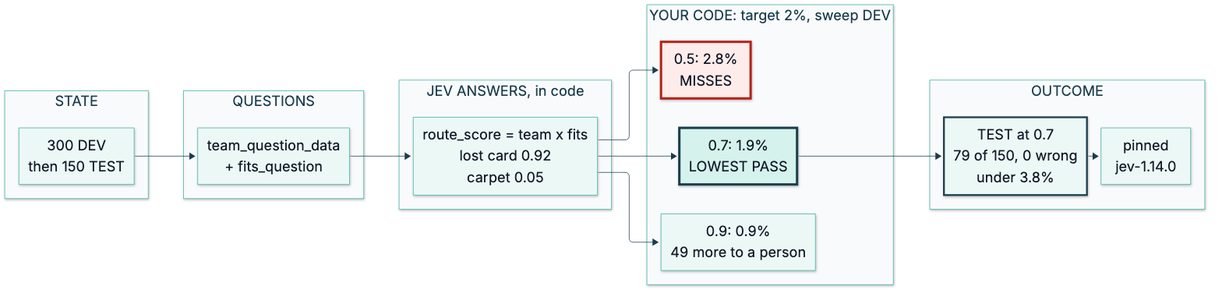
Before: course/diagrams/module_03/p3-solution-threshold-from-data.png, a diagram exported from Mermaid (axel-sirota/getting_started_jev). Its source is kept beside it as course/diagrams/module_03/p3-solution-threshold-from-data.mmd.
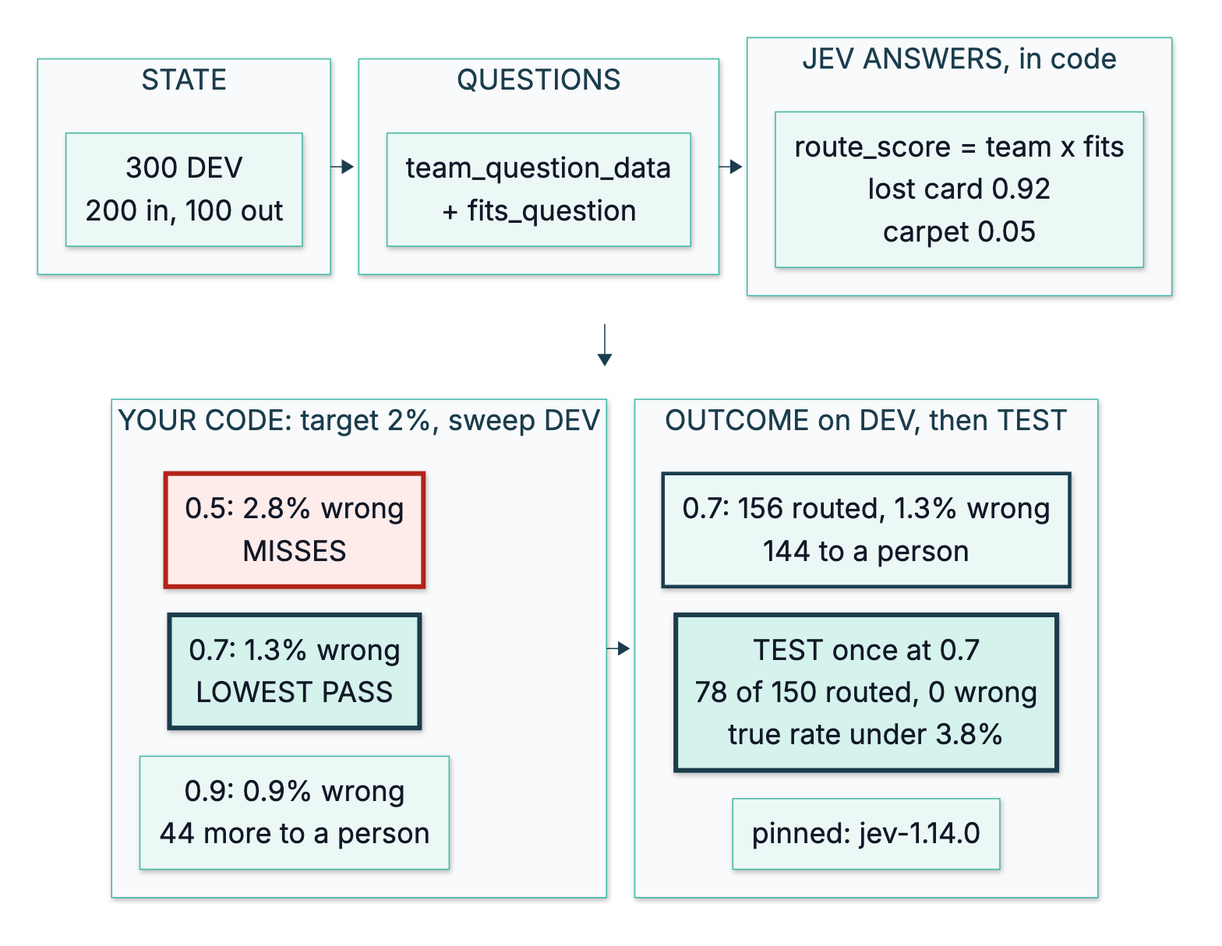
Above is the later version.

Diff of the diagram source:
```diff
@@ -1,31 +1,46 @@
 %%{init: {"theme": "base", "themeVariables": {"fontFamily": "Inter, sans-serif", "primaryColor": "#ECF8F6", "primaryBorderColor": "#40B8A6", "primaryTextColor": "#111827", "lineColor": "#1A3D4D", "secondaryColor": "#F9FAFB", "tertiaryColor": "#FFFFFF", "clusterBkg": "#F9FAFB", "clusterBorder": "#D1D5DB", "actorBkg": "#ECF8F6", "actorBorder": "#40B8A6", "noteBkgColor": "#FFF6DA", "noteBorderColor": "#E0B84C"}}}%%
-flowchart LR
-  subgraph STATE["STATE"]
-    S["300 DEV<br/>then 150 TEST"]
+flowchart TB
+  subgraph ROW1[" "]
+    direction LR
+    subgraph STATE["STATE"]
+      S["300 DEV<br/>200 in, 100 out"]
+    end
+    subgraph QUESTIONS["QUESTIONS"]
+      Q["team_question_data<br/>+ fits_question"]
+    end
+    subgraph ANSWERS["JEV ANSWERS, in code"]
+      A["route_score = team x fits<br/>lost card 0.92<br/>carpet 0.05"]
+    end
+    STATE --> QUESTIONS --> ANSWERS
   end
-  subgraph QUESTIONS["QUESTIONS"]
-    Q["team_question_data<br/>+ fits_question"]
+  subgraph ROW2[" "]
+    direction LR
+    subgraph CODE["YOUR CODE: target 2%, sweep DEV"]
+      direction TB
+      G1["0.5: 2.8% wrong<br/>MISSES"]
+      G3["0.7: 1.3% wrong<br/>LOWEST PASS"]
+      G2["0.9: 0.9% wrong<br/>44 more to a person"]
+      G1 ~~~ G3 ~~~ G2
+    end
+    subgraph OUTCOME["OUTCOME on DEV, then TEST"]
+      direction TB
+      O1["0.7: 156 routed, 1.3% wrong<br/>144 to a person"]
+      O2["TEST once at 0.7<br/>78 of 150 routed, 0 wrong<br/>true rate under 3.8%"]
+      R["pinned: jev-1.14.0"]
+      O1 ~~~ O2 ~~~ R
+    end
+    CODE --> OUTCOME
   end
-  subgraph ANSWERS["JEV ANSWERS, in code"]
-    A["route_score = team x fits<br/>lost card 0.92<br/>carpet 0.05"]
-  end
-  subgraph CODE["YOUR CODE: target 2%, sweep DEV"]
-    G1["0.5: 2.8%<br/>MISSES"]
-    G3["0.7: 1.9%<br/>LOWEST PASS"]
-    G2["0.9: 0.9%<br/>49 more to a person"]
-  end
-  subgraph OUTCOME["OUTCOME"]
-    O1["TEST at 0.7<br/>79 of 150, 0 wrong<br/>under 3.8%"]
-    O2["pinned<br/>jev-1.14.0"]
-  end
-  S --> Q --> A
-  A --> G1
-  A --> G3 --> O1 --> O2
-  A --> G2
+  ROW1 --> ROW2
 
   classDef fail fill:#FDECEA,stroke:#B42318,stroke-width:4px
   classDef changed fill:#D5F2EC,stroke:#1A3D4D,stroke-width:4px
   classDef ok fill:#ECF8F6,stroke:#1A3D4D,stroke-width:3px
+  classDef muted fill:#F3F4F6,stroke:#9CA3AF,stroke-width:2px,color:#6B7280
+  classDef human fill:#FFF6DA,stroke:#E0B84C,stroke-width:3px
+  style ROW1 fill:none,stroke:none
+  style ROW2 fill:none,stroke:none
   class G1 fail
   class G3 changed
   class O1 ok
+  class O2 changed
```
